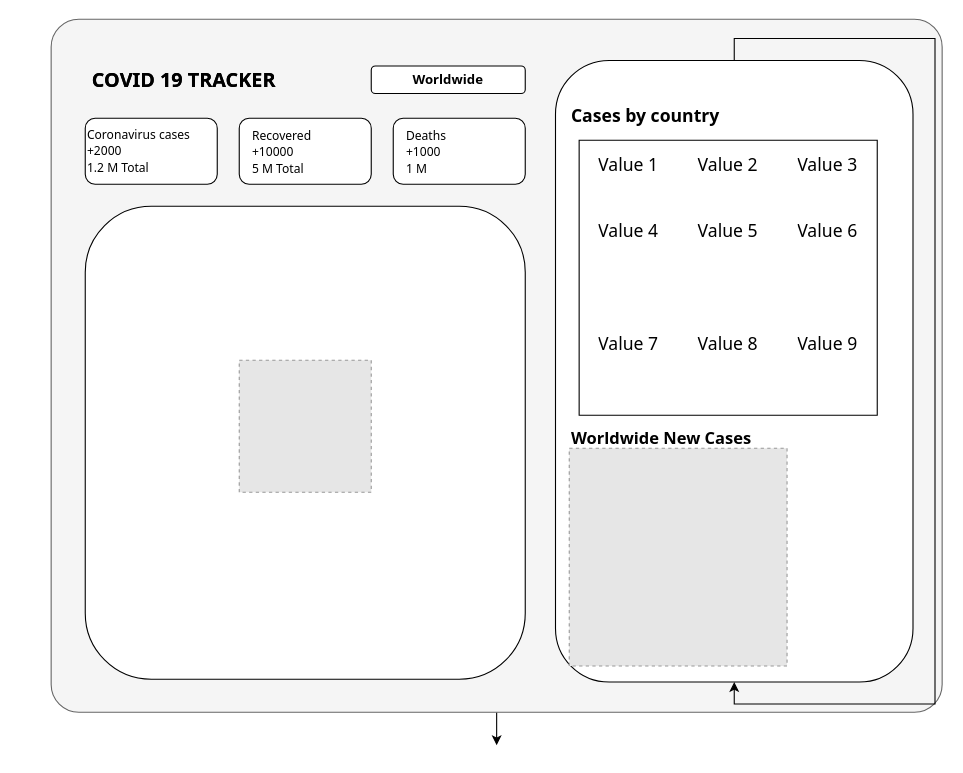
The draw.io diagram CovidTracker.drawio in ankit6868/CovidTracker, before the edit. Source tidied: cells renumbered, new cells numbered last; positions are measured from the earlier drawing's top-left corner, leaving out a move shared by most shapes. Both pictures are drawn from the tidied source at 110%, with x=0, y=0 at pixel (19, 19). Pictures stored in the file or linked from it are replaced by grey dashed boxes.
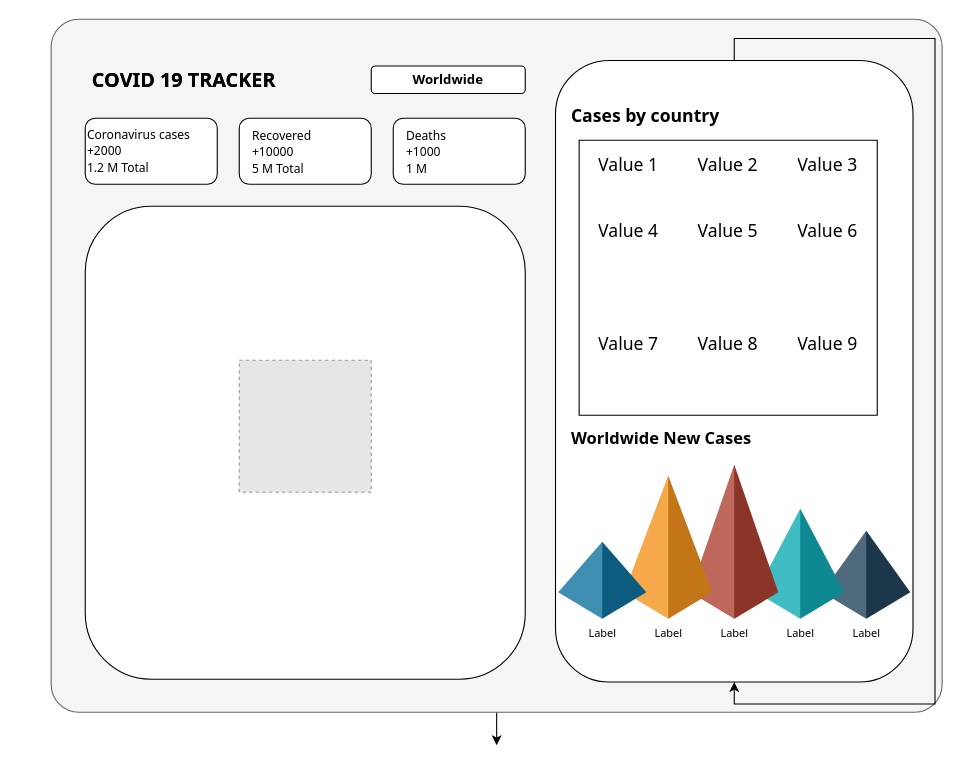
After the change.

Change to the diagram source:
```diff
@@
-    <mxCell id="25" style="fillColor=#E6E6E6;strokeColor=#999999;dashed=1;html=1;verticalAlign=top;verticalLabelPosition=bottom;labelBackgroundColor=#ffffff;fontFamily=Tahoma;fontSize=15;" parent="1" vertex="1">
-      <mxGeometry x="500" y="390" width="198" height="198" as="geometry" />
-    </mxCell>
@@
+    <mxCell id="39" value="Label" style="verticalLabelPosition=bottom;verticalAlign=top;html=1;shape=mxgraph.infographic.shadedPyramid;fillColor=#23445D;strokeColor=none;fontSize=10;labelPosition=center;align=center;shadow=0;fontFamily=Tahoma;" parent="1" vertex="1">
+      <mxGeometry x="730" y="465" width="80" height="80" as="geometry" />
+    </mxCell>
+    <mxCell id="40" value="Label" style="verticalLabelPosition=bottom;verticalAlign=top;html=1;shape=mxgraph.infographic.shadedPyramid;fillColor=#12AAB5;strokeColor=none;fontSize=10;labelPosition=center;align=center;shadow=0;fontFamily=Tahoma;" parent="1" vertex="1">
+      <mxGeometry x="670" y="445" width="80" height="100" as="geometry" />
+    </mxCell>
+    <mxCell id="41" value="Label" style="verticalLabelPosition=bottom;verticalAlign=top;html=1;shape=mxgraph.infographic.shadedPyramid;fillColor=#AE4132;strokeColor=none;fontSize=10;labelPosition=center;align=center;shadow=0;fontFamily=Tahoma;" parent="1" vertex="1">
+      <mxGeometry x="610" y="405" width="80" height="140" as="geometry" />
+    </mxCell>
+    <mxCell id="42" value="Label" style="verticalLabelPosition=bottom;verticalAlign=top;html=1;shape=mxgraph.infographic.shadedPyramid;fillColor=#F2931E;strokeColor=none;fontSize=10;labelPosition=center;align=center;shadow=0;fontFamily=Tahoma;" parent="1" vertex="1">
+      <mxGeometry x="550" y="415" width="80" height="130" as="geometry" />
+    </mxCell>
+    <mxCell id="43" value="Label" style="verticalLabelPosition=bottom;verticalAlign=top;html=1;shape=mxgraph.infographic.shadedPyramid;fillColor=#10739E;strokeColor=none;fontSize=10;labelPosition=center;align=center;shadow=0;fontFamily=Tahoma;" parent="1" vertex="1">
+      <mxGeometry x="490" y="475" width="80" height="70" as="geometry" />
+    </mxCell>
```
